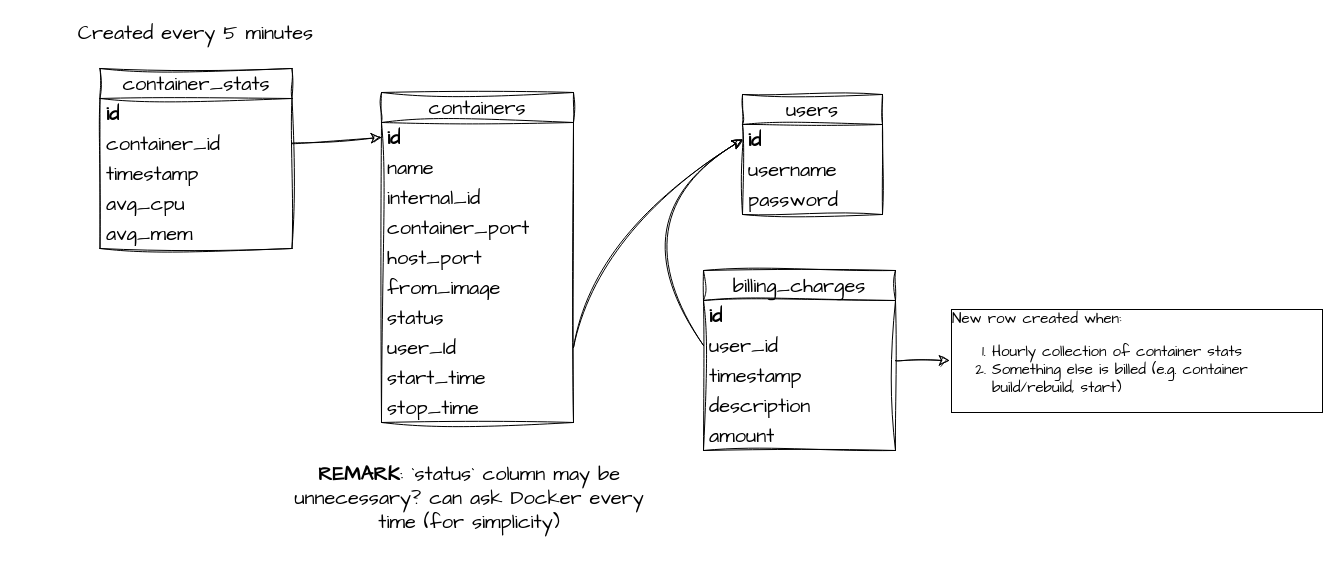
The draw.io diagram page "database" (3 of 4) of docs/caas-diagram.drawio in lc-at/dockurr, before the edit. Source tidied: cells renumbered, new cells numbered last; positions are measured from the earlier drawing's top-left corner, leaving out a move shared by most shapes. Both pictures are drawn from the tidied source at 100%, with x=0, y=0 at pixel (71, 17).
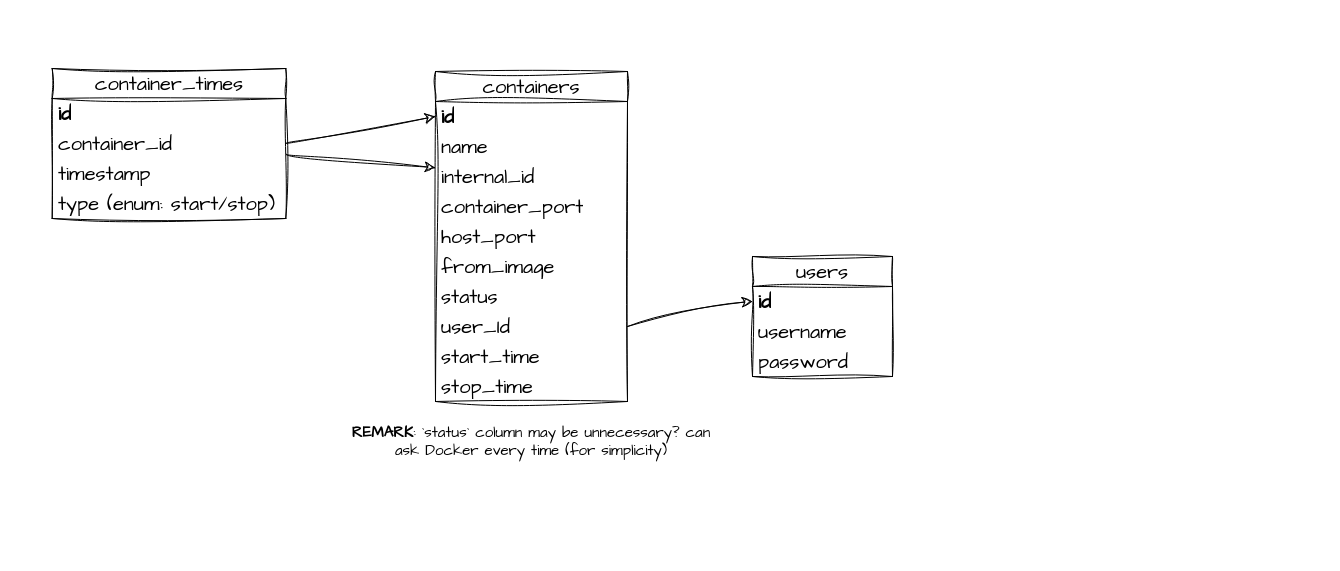
After the change.

The change refers to these unchanged cells:
```xml
<mxCell id="5" value="internal_id" style="text;strokeColor=none;fillColor=none;align=left;verticalAlign=middle;spacingLeft=4;spacingRight=4;overflow=hidden;points=[[0,0.5],[1,0.5]];portConstraint=eastwest;whiteSpace=wrap;html=1;fontSize=20;fontFamily=Architects Daughter;fontStyle=0;" parent="2" vertex="1">
  <mxGeometry y="90" width="192" height="30" as="geometry" />
</mxCell>
<mxCell id="10" value="user_Id" style="text;strokeColor=none;fillColor=none;align=left;verticalAlign=middle;spacingLeft=4;spacingRight=4;overflow=hidden;points=[[0,0.5],[1,0.5]];portConstraint=eastwest;whiteSpace=wrap;html=1;fontSize=20;fontFamily=Architects Daughter;fontStyle=0;" parent="2" vertex="1">
  <mxGeometry y="240" width="192" height="30" as="geometry" />
</mxCell>
<mxCell id="14" value="id" style="text;strokeColor=none;fillColor=none;align=left;verticalAlign=middle;spacingLeft=4;spacingRight=4;overflow=hidden;points=[[0,0.5],[1,0.5]];portConstraint=eastwest;whiteSpace=wrap;html=1;fontSize=20;fontFamily=Architects Daughter;fontStyle=1;" parent="13" vertex="1">
  <mxGeometry y="30" width="140" height="30" as="geometry" />
</mxCell>
```

Change to the diagram source:
```diff
@@
     <mxCell id="2" value="containers" style="swimlane;fontStyle=0;horizontal=1;startSize=30;whiteSpace=wrap;html=1;sketch=1;hachureGap=4;jiggle=2;curveFitting=1;fontFamily=Architects Daughter;fontSize=20;" parent="1" vertex="1">
-      <mxGeometry x="310" y="75" width="192" height="330" as="geometry" />
+      <mxGeometry x="364" y="54" width="192" height="330" as="geometry" />
     </mxCell>
@@
     <mxCell id="13" value="users" style="swimlane;fontStyle=0;horizontal=1;startSize=30;whiteSpace=wrap;html=1;sketch=1;hachureGap=4;jiggle=2;curveFitting=1;fontFamily=Architects Daughter;fontSize=20;" parent="1" vertex="1">
-      <mxGeometry x="671" y="77" width="140" height="120" as="geometry" />
+      <mxGeometry x="681" y="239" width="140" height="120" as="geometry" />
     </mxCell>
@@
     <mxCell id="17" style="edgeStyle=none;curved=1;rounded=0;sketch=1;hachureGap=4;jiggle=2;curveFitting=1;jettySize=auto;html=1;entryX=0;entryY=0.5;entryDx=0;entryDy=0;fontFamily=Architects Daughter;fontSize=16;startSize=8;endSize=8;exitX=1;exitY=0.5;exitDx=0;exitDy=0;" parent="1" edge="1" source="10" target="14">
       <mxGeometry relative="1" as="geometry">
         <Array as="points">
-          <mxPoint x="527" y="210" />
+          <mxPoint x="610" y="289" />
         </Array>
       </mxGeometry>
     </mxCell>
@@
-    <mxCell id="19" style="edgeStyle=none;curved=1;rounded=0;sketch=1;hachureGap=4;jiggle=2;curveFitting=1;jettySize=auto;html=1;fontFamily=Architects Daughter;fontSize=16;startSize=8;endSize=8;" parent="1" edge="1" source="20" target="27">
-      <mxGeometry relative="1" as="geometry" />
-    </mxCell>
-    <mxCell id="20" value="billing_charges" style="swimlane;fontStyle=0;horizontal=1;startSize=30;whiteSpace=wrap;html=1;sketch=1;hachureGap=4;jiggle=2;curveFitting=1;fontFamily=Architects Daughter;fontSize=20;" parent="1" vertex="1">
-      <mxGeometry x="632" y="253" width="192" height="180" as="geometry" />
-    </mxCell>
-    <mxCell id="21" value="id" style="text;strokeColor=none;fillColor=none;align=left;verticalAlign=middle;spacingLeft=4;spacingRight=4;overflow=hidden;whiteSpace=wrap;html=1;fontSize=20;fontFamily=Architects Daughter;fontStyle=1;" parent="20" vertex="1">
-      <mxGeometry y="30" width="192" height="30" as="geometry" />
-    </mxCell>
-    <mxCell id="22" value="user_id" style="text;strokeColor=none;fillColor=none;align=left;verticalAlign=middle;spacingLeft=4;spacingRight=4;overflow=hidden;points=[[0,0.5],[1,0.5]];portConstraint=eastwest;whiteSpace=wrap;html=1;fontSize=20;fontFamily=Architects Daughter;" parent="20" vertex="1">
-      <mxGeometry y="60" width="192" height="30" as="geometry" />
-    </mxCell>
-    <mxCell id="23" value="timestamp" style="text;strokeColor=none;fillColor=none;align=left;verticalAlign=middle;spacingLeft=4;spacingRight=4;overflow=hidden;whiteSpace=wrap;html=1;fontSize=20;fontFamily=Architects Daughter;" parent="20" vertex="1">
-      <mxGeometry y="90" width="192" height="30" as="geometry" />
-    </mxCell>
-    <mxCell id="24" value="description" style="text;strokeColor=none;fillColor=none;align=left;verticalAlign=middle;spacingLeft=4;spacingRight=4;overflow=hidden;whiteSpace=wrap;html=1;fontSize=20;fontFamily=Architects Daughter;" parent="20" vertex="1">
-      <mxGeometry y="120" width="192" height="30" as="geometry" />
-    </mxCell>
-    <mxCell id="25" value="amount" style="text;strokeColor=none;fillColor=none;align=left;verticalAlign=middle;spacingLeft=4;spacingRight=4;overflow=hidden;whiteSpace=wrap;html=1;fontSize=20;fontFamily=Architects Daughter;" parent="20" vertex="1">
-      <mxGeometry y="150" width="192" height="30" as="geometry" />
-    </mxCell>
-    <mxCell id="26" style="edgeStyle=none;curved=1;rounded=0;sketch=1;hachureGap=4;jiggle=2;curveFitting=1;jettySize=auto;html=1;exitX=0;exitY=0.5;exitDx=0;exitDy=0;fontFamily=Architects Daughter;fontSize=16;startSize=8;endSize=8;entryX=0;entryY=0.5;entryDx=0;entryDy=0;" parent="1" edge="1" source="22" target="14">
-      <mxGeometry relative="1" as="geometry">
-        <Array as="points">
-          <mxPoint x="545" y="202" />
-        </Array>
-      </mxGeometry>
-    </mxCell>
-    <mxCell id="27" value="New row created when:&lt;br&gt;&lt;ol&gt;&lt;li&gt;Hourly collection of container stats&lt;/li&gt;&lt;li style=&quot;border-color: var(--border-color);&quot;&gt;Something else is billed (e.g. container build/rebuild, start)&lt;/li&gt;&lt;/ol&gt;" style="text;strokeColor=none;align=left;fillColor=none;html=1;verticalAlign=middle;whiteSpace=wrap;rounded=0;fontSize=15;fontFamily=Architects Daughter;labelBorderColor=default;" parent="1" vertex="1">
-      <mxGeometry x="878" y="281" width="374" height="124" as="geometry" />
-    </mxCell>
     <mxCell id="28" style="group;" parent="1" vertex="1">
-      <mxGeometry width="249" height="231" as="geometry" />
+      <mxGeometry x="-54" width="303" height="231" as="geometry" />
     </mxCell>
-    <mxCell id="29" value="container_stats" style="swimlane;fontStyle=0;horizontal=1;startSize=30;whiteSpace=wrap;html=1;sketch=1;hachureGap=4;jiggle=2;curveFitting=1;fontFamily=Architects Daughter;fontSize=20;" parent="28" vertex="1">
-      <mxGeometry x="28.5" y="51" width="192" height="180" as="geometry" />
+    <mxCell id="29" value="container_times" style="swimlane;fontStyle=0;horizontal=1;startSize=30;whiteSpace=wrap;html=1;sketch=1;hachureGap=4;jiggle=2;curveFitting=1;fontFamily=Architects Daughter;fontSize=20;" parent="28" vertex="1">
+      <mxGeometry x="34.7" y="51" width="233.6" height="150" as="geometry" />
     </mxCell>
     <mxCell id="30" value="id" style="text;strokeColor=none;fillColor=none;align=left;verticalAlign=middle;spacingLeft=4;spacingRight=4;overflow=hidden;whiteSpace=wrap;html=1;fontSize=20;fontFamily=Architects Daughter;fontStyle=1;" parent="29" vertex="1">
-      <mxGeometry y="30" width="192" height="30" as="geometry" />
+      <mxGeometry y="30" width="233.6" height="30" as="geometry" />
     </mxCell>
     <mxCell id="31" value="container_id" style="text;strokeColor=none;fillColor=none;align=left;verticalAlign=middle;spacingLeft=4;spacingRight=4;overflow=hidden;points=[[0,0.5],[1,0.5]];portConstraint=eastwest;whiteSpace=wrap;html=1;fontSize=20;fontFamily=Architects Daughter;fontStyle=0;" parent="29" vertex="1">
-      <mxGeometry y="60" width="192" height="30" as="geometry" />
+      <mxGeometry y="60" width="233.6" height="30" as="geometry" />
     </mxCell>
     <mxCell id="32" value="timestamp" style="text;strokeColor=none;fillColor=none;align=left;verticalAlign=middle;spacingLeft=4;spacingRight=4;overflow=hidden;whiteSpace=wrap;html=1;fontSize=20;fontFamily=Architects Daughter;" parent="29" vertex="1">
-      <mxGeometry y="90" width="192" height="30" as="geometry" />
+      <mxGeometry y="90" width="233.6" height="30" as="geometry" />
     </mxCell>
-    <mxCell id="33" value="avg_cpu" style="text;strokeColor=none;fillColor=none;align=left;verticalAlign=middle;spacingLeft=4;spacingRight=4;overflow=hidden;whiteSpace=wrap;html=1;fontSize=20;fontFamily=Architects Daughter;" parent="29" vertex="1">
-      <mxGeometry y="120" width="192" height="30" as="geometry" />
+    <mxCell id="33" value="type (enum: start/stop)" style="text;strokeColor=none;fillColor=none;align=left;verticalAlign=middle;spacingLeft=4;spacingRight=4;overflow=hidden;whiteSpace=wrap;html=1;fontSize=20;fontFamily=Architects Daughter;" parent="29" vertex="1">
+      <mxGeometry y="120" width="233.6" height="30" as="geometry" />
     </mxCell>
-    <mxCell id="34" value="avg_mem" style="text;strokeColor=none;fillColor=none;align=left;verticalAlign=middle;spacingLeft=4;spacingRight=4;overflow=hidden;whiteSpace=wrap;html=1;fontSize=20;fontFamily=Architects Daughter;" parent="29" vertex="1">
-      <mxGeometry y="150" width="192" height="30" as="geometry" />
-    </mxCell>
-    <mxCell id="35" value="Created every 5 minutes" style="text;strokeColor=none;align=center;fillColor=none;html=1;verticalAlign=middle;whiteSpace=wrap;rounded=0;fontSize=20;fontFamily=Architects Daughter;" parent="28" vertex="1">
-      <mxGeometry width="249" height="30" as="geometry" />
-    </mxCell>
-    <mxCell id="36" value="&lt;b&gt;REMARK&lt;/b&gt;: `status` column may be unnecessary? can ask Docker every time (for simplicity)" style="text;strokeColor=none;align=center;fillColor=none;html=1;verticalAlign=middle;whiteSpace=wrap;rounded=0;fontSize=20;fontFamily=Architects Daughter;" parent="1" vertex="1">
-      <mxGeometry x="217" y="422" width="362.4" height="115" as="geometry" />
+    <mxCell id="36" value="&lt;b style=&quot;font-size: 15px;&quot;&gt;REMARK&lt;/b&gt;: `status` column may be unnecessary? can ask Docker every time (for simplicity)" style="text;strokeColor=none;align=center;fillColor=none;html=1;verticalAlign=middle;whiteSpace=wrap;rounded=0;fontSize=15;fontFamily=Architects Daughter;" parent="1" vertex="1">
+      <mxGeometry x="278.8" y="396" width="362.4" height="55" as="geometry" />
     </mxCell>
+    <mxCell id="37" style="edgeStyle=none;curved=1;rounded=0;sketch=1;hachureGap=4;jiggle=2;curveFitting=1;jettySize=auto;html=1;fontFamily=Architects Daughter;fontSize=16;startSize=8;endSize=8;" parent="1" edge="1" source="29" target="5">
+      <mxGeometry relative="1" as="geometry" />
+    </mxCell>
```
